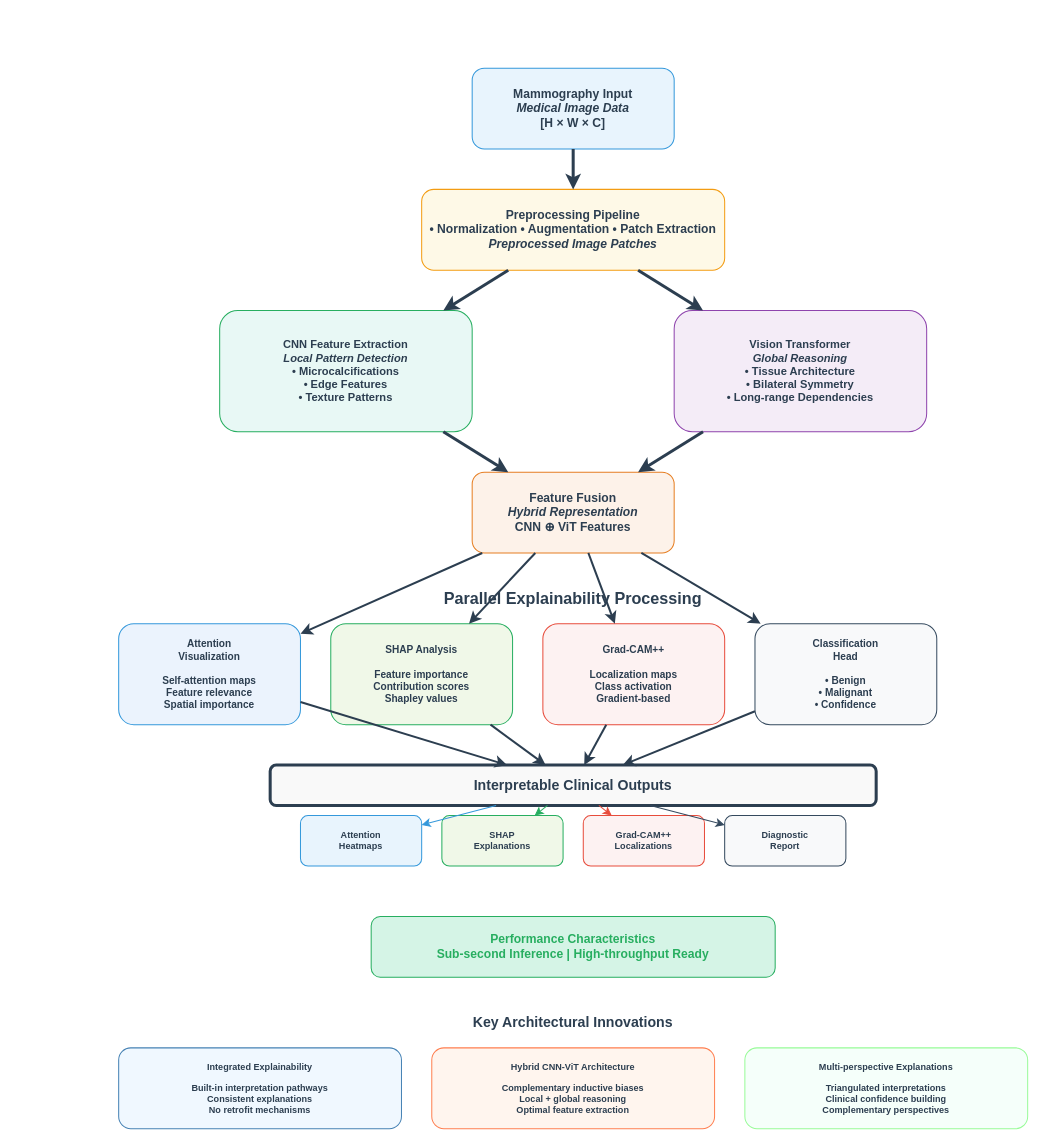
Before: HyViT-X.drawio in vinayak-k24/DrawIO, a draw.io diagram. Source tidied: cells renumbered, new cells numbered last; positions are measured from the earlier drawing's top-left corner, leaving out a move shared by most shapes. Both pictures are drawn from the tidied source at 101%, with x=0, y=0 at pixel (118, 68).
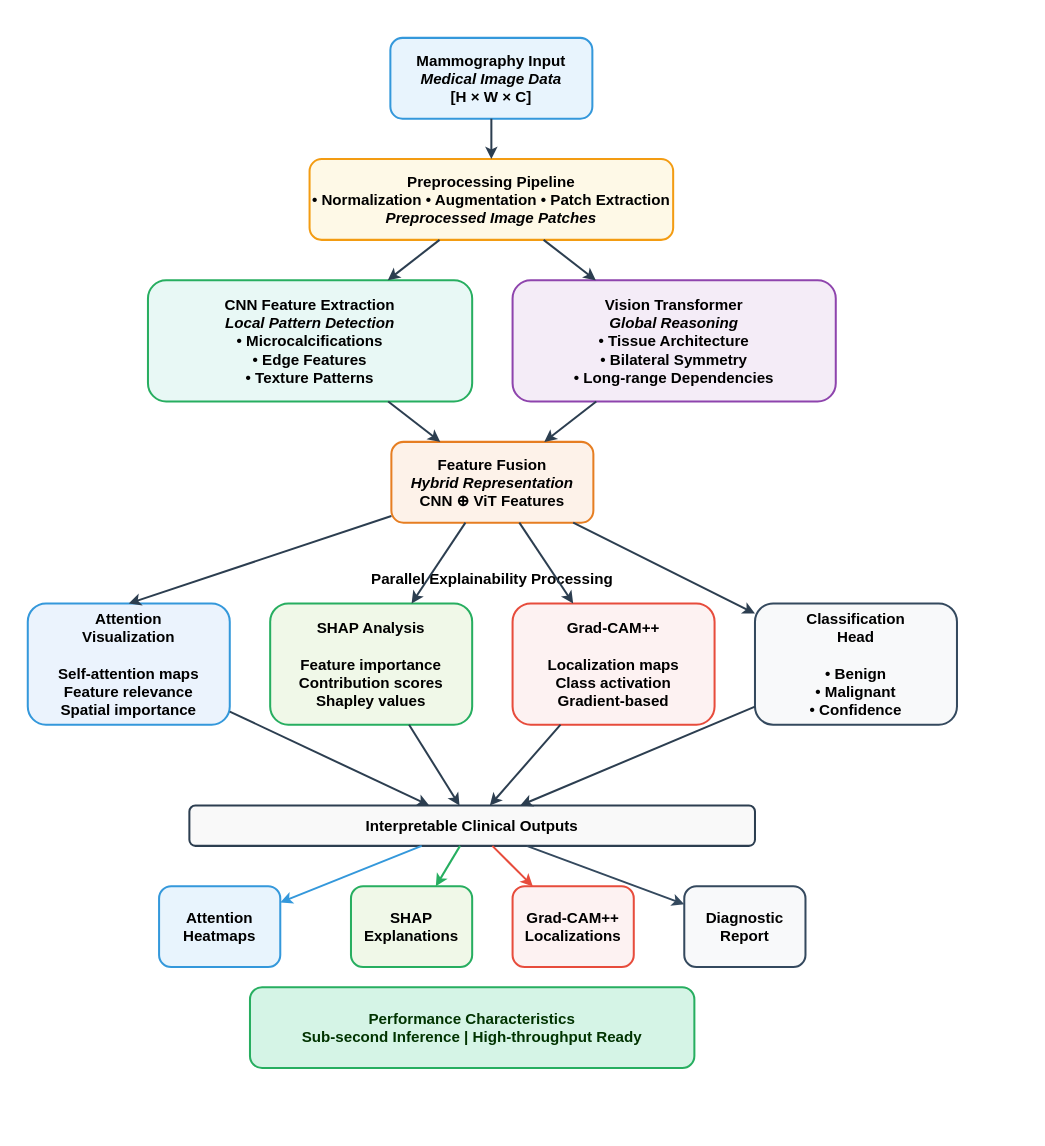
Above is the later version.

What changed in the source:
```diff
@@
+    <mxCell id="39" style="rounded=0;whiteSpace=wrap;html=1;strokeColor=#FFFFFF;" parent="1" vertex="1">
+      <mxGeometry x="-100" y="-50" width="940" height="1080" as="geometry" />
+    </mxCell>
-    <mxCell id="2" value="Mammography Input&lt;br&gt;&lt;i&gt;Medical Image Data&lt;/i&gt;&lt;br&gt;[H × W × C]" style="rounded=1;whiteSpace=wrap;html=1;strokeColor=#3498db;fillColor=#e8f4fd;fontColor=#2c3e50;fontSize=12;fontStyle=1;" parent="1" vertex="1">
-      <mxGeometry x="350" width="200" height="80" as="geometry" />
+    <mxCell id="2" value="&lt;font style=&quot;color: rgb(0, 0, 0);&quot;&gt;Mammography Input&lt;br&gt;&lt;i&gt;Medical Image Data&lt;/i&gt;&lt;br&gt;[H × W × C]&lt;/font&gt;" style="rounded=1;whiteSpace=wrap;html=1;strokeColor=#3498db;fillColor=#e8f4fd;fontColor=#2c3e50;fontSize=15;fontStyle=1;strokeWidth=2;align=center;" parent="1" vertex="1">
+      <mxGeometry x="269" y="-30" width="200" height="80" as="geometry" />
     </mxCell>
-    <mxCell id="3" value="Preprocessing Pipeline&lt;br&gt;• Normalization • Augmentation • Patch Extraction&lt;br&gt;&lt;i&gt;Preprocessed Image Patches&lt;/i&gt;" style="rounded=1;whiteSpace=wrap;html=1;strokeColor=#f39c12;fillColor=#fef9e7;fontColor=#2c3e50;fontSize=12;fontStyle=1;" parent="1" vertex="1">
-      <mxGeometry x="300" y="120" width="300" height="80" as="geometry" />
+    <mxCell id="3" value="&lt;font style=&quot;color: rgb(0, 0, 0);&quot;&gt;Preprocessing Pipeline&lt;br&gt;• Normalization • Augmentation • Patch Extraction&lt;br&gt;&lt;i&gt;Preprocessed Image Patches&lt;/i&gt;&lt;/font&gt;" style="rounded=1;whiteSpace=wrap;html=1;strokeColor=#f39c12;fillColor=#fef9e7;fontColor=#2c3e50;fontSize=15;fontStyle=1;strokeWidth=2;align=center;" parent="1" vertex="1">
+      <mxGeometry x="189" y="90" width="360" height="80" as="geometry" />
     </mxCell>
-    <mxCell id="4" value="CNN Feature Extraction&lt;br&gt;&lt;i&gt;Local Pattern Detection&lt;/i&gt;&lt;br&gt;• Microcalcifications&lt;br&gt;• Edge Features&lt;br&gt;• Texture Patterns" style="rounded=1;whiteSpace=wrap;html=1;strokeColor=#27ae60;fillColor=#e8f8f5;fontColor=#2c3e50;fontSize=11;fontStyle=1;" parent="1" vertex="1">
-      <mxGeometry x="100" y="240" width="250" height="120" as="geometry" />
+    <mxCell id="4" value="&lt;font style=&quot;color: rgb(0, 0, 0);&quot;&gt;CNN Feature Extraction&lt;br&gt;&lt;i&gt;Local Pattern Detection&lt;/i&gt;&lt;br&gt;• Microcalcifications&lt;br&gt;• Edge Features&lt;br&gt;• Texture Patterns&lt;/font&gt;" style="rounded=1;whiteSpace=wrap;html=1;strokeColor=#27ae60;fillColor=#e8f8f5;fontColor=#2c3e50;fontSize=15;fontStyle=1;strokeWidth=2;align=center;" parent="1" vertex="1">
+      <mxGeometry x="29" y="210" width="321" height="120" as="geometry" />
     </mxCell>
-    <mxCell id="5" value="Vision Transformer&lt;br&gt;&lt;i&gt;Global Reasoning&lt;/i&gt;&lt;br&gt;• Tissue Architecture&lt;br&gt;• Bilateral Symmetry&lt;br&gt;• Long-range Dependencies" style="rounded=1;whiteSpace=wrap;html=1;strokeColor=#8e44ad;fillColor=#f4ecf7;fontColor=#2c3e50;fontSize=11;fontStyle=1;" parent="1" vertex="1">
-      <mxGeometry x="550" y="240" width="250" height="120" as="geometry" />
+    <mxCell id="5" value="&lt;font style=&quot;color: rgb(0, 0, 0);&quot;&gt;Vision Transformer&lt;br&gt;&lt;i&gt;Global Reasoning&lt;/i&gt;&lt;br&gt;• Tissue Architecture&lt;br&gt;• Bilateral Symmetry&lt;br&gt;• Long-range Dependencies&lt;/font&gt;" style="rounded=1;whiteSpace=wrap;html=1;strokeColor=#8e44ad;fillColor=#f4ecf7;fontColor=#2c3e50;fontSize=15;fontStyle=1;strokeWidth=2;align=center;" parent="1" vertex="1">
+      <mxGeometry x="390" y="210" width="320" height="120" as="geometry" />
     </mxCell>
-    <mxCell id="6" value="Feature Fusion&lt;br&gt;&lt;i&gt;Hybrid Representation&lt;/i&gt;&lt;br&gt;CNN ⊕ ViT Features" style="rounded=1;whiteSpace=wrap;html=1;strokeColor=#e67e22;fillColor=#fdf2e9;fontColor=#2c3e50;fontSize=12;fontStyle=1;" parent="1" vertex="1">
-      <mxGeometry x="350" y="400" width="200" height="80" as="geometry" />
+    <mxCell id="6" value="Feature Fusion&lt;br&gt;&lt;i&gt;Hybrid Representation&lt;/i&gt;&lt;br&gt;CNN ⊕ ViT Features" style="rounded=1;whiteSpace=wrap;html=1;strokeColor=#e67e22;fillColor=#fdf2e9;fontColor=#000000;fontSize=15;fontStyle=1;strokeWidth=2;align=center;" parent="1" vertex="1">
+      <mxGeometry x="270" y="370" width="200" height="80" as="geometry" />
     </mxCell>
-    <mxCell id="7" value="Parallel Explainability Processing" style="text;html=1;strokeColor=none;fillColor=none;align=center;verticalAlign=middle;whiteSpace=wrap;rounded=0;fontSize=16;fontStyle=1;fontColor=#2c3e50;" parent="1" vertex="1">
-      <mxGeometry x="300" y="510" width="300" height="30" as="geometry" />
+    <mxCell id="7" value="Parallel Explainability Processing" style="text;html=1;strokeColor=none;fillColor=none;align=center;verticalAlign=middle;whiteSpace=wrap;rounded=0;fontSize=15;fontStyle=1;fontColor=#000000;strokeWidth=2;" parent="1" vertex="1">
+      <mxGeometry x="220" y="490" width="300" height="30" as="geometry" />
     </mxCell>
-    <mxCell id="8" value="Attention&lt;br&gt;Visualization&lt;br&gt;&lt;br&gt;Self-attention maps&lt;br&gt;Feature relevance&lt;br&gt;Spatial importance" style="rounded=1;whiteSpace=wrap;html=1;strokeColor=#3498db;fillColor=#ebf3fd;fontColor=#2c3e50;fontSize=10;fontStyle=1;" parent="1" vertex="1">
-      <mxGeometry y="550" width="180" height="100" as="geometry" />
+    <mxCell id="8" value="Attention&lt;br&gt;Visualization&lt;br&gt;&lt;br&gt;Self-attention maps&lt;br&gt;Feature relevance&lt;br&gt;Spatial importance" style="rounded=1;whiteSpace=wrap;html=1;strokeColor=#3498db;fillColor=#ebf3fd;fontColor=#000000;fontSize=15;fontStyle=1;strokeWidth=2;align=center;" parent="1" vertex="1">
+      <mxGeometry x="-90" y="530" width="200" height="120" as="geometry" />
     </mxCell>
-    <mxCell id="9" value="SHAP Analysis&lt;br&gt;&lt;br&gt;Feature importance&lt;br&gt;Contribution scores&lt;br&gt;Shapley values" style="rounded=1;whiteSpace=wrap;html=1;strokeColor=#27ae60;fillColor=#f0f8e8;fontColor=#2c3e50;fontSize=10;fontStyle=1;" parent="1" vertex="1">
-      <mxGeometry x="210" y="550" width="180" height="100" as="geometry" />
+    <mxCell id="9" value="SHAP Analysis&lt;br&gt;&lt;br&gt;Feature importance&lt;br&gt;Contribution scores&lt;br&gt;Shapley values" style="rounded=1;whiteSpace=wrap;html=1;strokeColor=#27ae60;fillColor=#f0f8e8;fontColor=#000000;fontSize=15;fontStyle=1;strokeWidth=2;align=center;" parent="1" vertex="1">
+      <mxGeometry x="150" y="530" width="200" height="120" as="geometry" />
     </mxCell>
-    <mxCell id="10" value="Grad-CAM++&lt;br&gt;&lt;br&gt;Localization maps&lt;br&gt;Class activation&lt;br&gt;Gradient-based" style="rounded=1;whiteSpace=wrap;html=1;strokeColor=#e74c3c;fillColor=#fdf2f2;fontColor=#2c3e50;fontSize=10;fontStyle=1;" parent="1" vertex="1">
-      <mxGeometry x="420" y="550" width="180" height="100" as="geometry" />
+    <mxCell id="10" value="Grad-CAM++&lt;br&gt;&lt;br&gt;Localization maps&lt;br&gt;Class activation&lt;br&gt;Gradient-based" style="rounded=1;whiteSpace=wrap;html=1;strokeColor=#e74c3c;fillColor=#fdf2f2;fontColor=#000000;fontSize=15;fontStyle=1;strokeWidth=2;align=center;" parent="1" vertex="1">
+      <mxGeometry x="390" y="530" width="200" height="120" as="geometry" />
     </mxCell>
-    <mxCell id="11" value="Classification&lt;br&gt;Head&lt;br&gt;&lt;br&gt;• Benign&lt;br&gt;• Malignant&lt;br&gt;• Confidence" style="rounded=1;whiteSpace=wrap;html=1;strokeColor=#34495e;fillColor=#f8f9fa;fontColor=#2c3e50;fontSize=10;fontStyle=1;" parent="1" vertex="1">
-      <mxGeometry x="630" y="550" width="180" height="100" as="geometry" />
+    <mxCell id="11" value="Classification&lt;br&gt;Head&lt;br&gt;&lt;br&gt;• Benign&lt;br&gt;• Malignant&lt;br&gt;• Confidence" style="rounded=1;whiteSpace=wrap;html=1;strokeColor=#34495e;fillColor=#f8f9fa;fontColor=#000000;fontSize=15;fontStyle=1;strokeWidth=2;align=center;" parent="1" vertex="1">
+      <mxGeometry x="630" y="530" width="200" height="120" as="geometry" />
     </mxCell>
-    <mxCell id="12" value="Interpretable Clinical Outputs" style="rounded=1;whiteSpace=wrap;html=1;strokeColor=#2c3e50;strokeWidth=3;fillColor=#f9f9f9;fontColor=#2c3e50;fontSize=14;fontStyle=1;" parent="1" vertex="1">
-      <mxGeometry x="150" y="690" width="600" height="40" as="geometry" />
+    <mxCell id="12" value="Interpretable Clinical Outputs" style="rounded=1;whiteSpace=wrap;html=1;strokeColor=#2c3e50;strokeWidth=2;fillColor=#f9f9f9;fontColor=#000000;fontSize=15;fontStyle=1;align=center;" parent="1" vertex="1">
+      <mxGeometry x="70" y="730" width="560" height="40" as="geometry" />
     </mxCell>
-    <mxCell id="13" value="Attention&lt;br&gt;Heatmaps" style="rounded=1;whiteSpace=wrap;html=1;strokeColor=#3498db;fillColor=#e8f4fd;fontColor=#2c3e50;fontSize=9;fontStyle=1;" parent="1" vertex="1">
-      <mxGeometry x="180" y="740" width="120" height="50" as="geometry" />
+    <mxCell id="13" value="Attention&lt;br&gt;Heatmaps" style="rounded=1;whiteSpace=wrap;html=1;strokeColor=#3498db;fillColor=#e8f4fd;fontColor=#000000;fontSize=15;fontStyle=1;strokeWidth=2;align=center;" parent="1" vertex="1">
+      <mxGeometry x="40" y="810" width="120" height="80" as="geometry" />
     </mxCell>
-    <mxCell id="14" value="SHAP&lt;br&gt;Explanations" style="rounded=1;whiteSpace=wrap;html=1;strokeColor=#27ae60;fillColor=#f0f8e8;fontColor=#2c3e50;fontSize=9;fontStyle=1;" parent="1" vertex="1">
-      <mxGeometry x="320" y="740" width="120" height="50" as="geometry" />
+    <mxCell id="14" value="SHAP&lt;br&gt;Explanations" style="rounded=1;whiteSpace=wrap;html=1;strokeColor=#27ae60;fillColor=#f0f8e8;fontColor=#000000;fontSize=15;fontStyle=1;strokeWidth=2;align=center;" parent="1" vertex="1">
+      <mxGeometry x="230" y="810" width="120" height="80" as="geometry" />
     </mxCell>
-    <mxCell id="15" value="Grad-CAM++&lt;br&gt;Localizations" style="rounded=1;whiteSpace=wrap;html=1;strokeColor=#e74c3c;fillColor=#fdf2f2;fontColor=#2c3e50;fontSize=9;fontStyle=1;" parent="1" vertex="1">
-      <mxGeometry x="460" y="740" width="120" height="50" as="geometry" />
+    <mxCell id="15" value="Grad-CAM++&lt;br&gt;Localizations" style="rounded=1;whiteSpace=wrap;html=1;strokeColor=#e74c3c;fillColor=#fdf2f2;fontColor=#000000;fontSize=15;fontStyle=1;strokeWidth=2;align=center;" parent="1" vertex="1">
+      <mxGeometry x="390" y="810" width="120" height="80" as="geometry" />
     </mxCell>
-    <mxCell id="16" value="Diagnostic&lt;br&gt;Report" style="rounded=1;whiteSpace=wrap;html=1;strokeColor=#34495e;fillColor=#f8f9fa;fontColor=#2c3e50;fontSize=9;fontStyle=1;" parent="1" vertex="1">
-      <mxGeometry x="600" y="740" width="120" height="50" as="geometry" />
+    <mxCell id="16" value="Diagnostic&lt;br&gt;Report" style="rounded=1;whiteSpace=wrap;html=1;strokeColor=#34495e;fillColor=#f8f9fa;fontColor=#000000;fontSize=15;fontStyle=1;strokeWidth=2;align=center;" parent="1" vertex="1">
+      <mxGeometry x="560" y="810" width="120" height="80" as="geometry" />
     </mxCell>
-    <mxCell id="17" value="Performance Characteristics&lt;br&gt;Sub-second Inference | High-throughput Ready" style="rounded=1;whiteSpace=wrap;html=1;strokeColor=#27ae60;fillColor=#d5f4e6;fontColor=#27ae60;fontSize=12;fontStyle=1;" parent="1" vertex="1">
-      <mxGeometry x="250" y="840" width="400" height="60" as="geometry" />
+    <mxCell id="17" value="Performance Characteristics&lt;br&gt;Sub-second Inference | High-throughput Ready" style="rounded=1;whiteSpace=wrap;html=1;strokeColor=#27ae60;fillColor=#d5f4e6;fontColor=#003300;fontSize=15;fontStyle=1;strokeWidth=2;align=center;" parent="1" vertex="1">
+      <mxGeometry x="130" y="910" width="440" height="80" as="geometry" />
     </mxCell>
-    <mxCell id="18" value="Key Architectural Innovations" style="text;html=1;strokeColor=none;fillColor=none;align=center;verticalAlign=middle;whiteSpace=wrap;rounded=0;fontSize=14;fontStyle=1;fontColor=#2c3e50;" parent="1" vertex="1">
-      <mxGeometry x="300" y="930" width="300" height="30" as="geometry" />
-    </mxCell>
-    <mxCell id="19" value="Integrated Explainability&lt;br&gt;&lt;br&gt;Built-in interpretation pathways&lt;br&gt;Consistent explanations&lt;br&gt;No retrofit mechanisms" style="rounded=1;whiteSpace=wrap;html=1;strokeColor=#4682b4;fillColor=#f0f8ff;fontColor=#2c3e50;fontSize=9;fontStyle=1;" parent="1" vertex="1">
-      <mxGeometry y="970" width="280" height="80" as="geometry" />
-    </mxCell>
-    <mxCell id="20" value="Hybrid CNN-ViT Architecture&lt;br&gt;&lt;br&gt;Complementary inductive biases&lt;br&gt;Local + global reasoning&lt;br&gt;Optimal feature extraction" style="rounded=1;whiteSpace=wrap;html=1;strokeColor=#ff7f50;fillColor=#fff5ee;fontColor=#2c3e50;fontSize=9;fontStyle=1;" parent="1" vertex="1">
-      <mxGeometry x="310" y="970" width="280" height="80" as="geometry" />
-    </mxCell>
-    <mxCell id="21" value="Multi-perspective Explanations&lt;br&gt;&lt;br&gt;Triangulated interpretations&lt;br&gt;Clinical confidence building&lt;br&gt;Complementary perspectives" style="rounded=1;whiteSpace=wrap;html=1;strokeColor=#98fb98;fillColor=#f5fffa;fontColor=#2c3e50;fontSize=9;fontStyle=1;" parent="1" vertex="1">
-      <mxGeometry x="620" y="970" width="280" height="80" as="geometry" />
-    </mxCell>
-    <mxCell id="22" style="endArrow=classic;html=1;rounded=0;strokeColor=#2c3e50;strokeWidth=3;fontStyle=1;" parent="1" edge="1" source="2" target="3">
+    <mxCell id="22" style="endArrow=classic;html=1;rounded=0;strokeColor=#2c3e50;strokeWidth=2;fontStyle=1;fontSize=15;align=center;" parent="1" edge="1" source="2" target="3">
       <mxGeometry relative="1" as="geometry" />
     </mxCell>
-    <mxCell id="23" style="endArrow=classic;html=1;rounded=0;strokeColor=#2c3e50;strokeWidth=3;fontStyle=1;" parent="1" edge="1" source="3" target="4">
+    <mxCell id="23" style="endArrow=classic;html=1;rounded=0;strokeColor=#2c3e50;strokeWidth=2;fontStyle=1;fontSize=15;align=center;" parent="1" edge="1" source="3" target="4">
       <mxGeometry relative="1" as="geometry" />
     </mxCell>
-    <mxCell id="24" style="endArrow=classic;html=1;rounded=0;strokeColor=#2c3e50;strokeWidth=3;fontStyle=1;" parent="1" edge="1" source="3" target="5">
+    <mxCell id="24" style="endArrow=classic;html=1;rounded=0;strokeColor=#2c3e50;strokeWidth=2;fontStyle=1;fontSize=15;align=center;" parent="1" edge="1" source="3" target="5">
       <mxGeometry relative="1" as="geometry" />
     </mxCell>
-    <mxCell id="25" style="endArrow=classic;html=1;rounded=0;strokeColor=#2c3e50;strokeWidth=3;fontStyle=1;" parent="1" edge="1" source="4" target="6">
+    <mxCell id="25" style="endArrow=classic;html=1;rounded=0;strokeColor=#2c3e50;strokeWidth=2;fontStyle=1;fontSize=15;align=center;" parent="1" edge="1" source="4" target="6">
       <mxGeometry relative="1" as="geometry" />
     </mxCell>
-    <mxCell id="26" style="endArrow=classic;html=1;rounded=0;strokeColor=#2c3e50;strokeWidth=3;fontStyle=1;" parent="1" edge="1" source="5" target="6">
+    <mxCell id="26" style="endArrow=classic;html=1;rounded=0;strokeColor=#2c3e50;strokeWidth=2;fontStyle=1;fontSize=15;align=center;" parent="1" edge="1" source="5" target="6">
       <mxGeometry relative="1" as="geometry" />
     </mxCell>
-    <mxCell id="27" style="endArrow=classic;html=1;rounded=0;strokeColor=#2c3e50;strokeWidth=2;fontStyle=1;" parent="1" edge="1" source="6" target="8">
+    <mxCell id="27" style="endArrow=classic;html=1;rounded=0;strokeColor=#2c3e50;strokeWidth=2;fontStyle=1;fontSize=15;entryX=0.5;entryY=0;entryDx=0;entryDy=0;align=center;" parent="1" edge="1" source="6" target="8">
       <mxGeometry relative="1" as="geometry" />
     </mxCell>
-    <mxCell id="28" style="endArrow=classic;html=1;rounded=0;strokeColor=#2c3e50;strokeWidth=2;fontStyle=1;" parent="1" edge="1" source="6" target="9">
+    <mxCell id="28" style="endArrow=classic;html=1;rounded=0;strokeColor=#2c3e50;strokeWidth=2;fontStyle=1;fontSize=15;align=center;" parent="1" edge="1" source="6" target="9">
       <mxGeometry relative="1" as="geometry" />
     </mxCell>
-    <mxCell id="29" style="endArrow=classic;html=1;rounded=0;strokeColor=#2c3e50;strokeWidth=2;fontStyle=1;" parent="1" edge="1" source="6" target="10">
+    <mxCell id="29" style="endArrow=classic;html=1;rounded=0;strokeColor=#2c3e50;strokeWidth=2;fontStyle=1;fontSize=15;align=center;" parent="1" edge="1" source="6" target="10">
       <mxGeometry relative="1" as="geometry" />
     </mxCell>
-    <mxCell id="30" style="endArrow=classic;html=1;rounded=0;strokeColor=#2c3e50;strokeWidth=2;fontStyle=1;" parent="1" edge="1" source="6" target="11">
+    <mxCell id="30" style="endArrow=classic;html=1;rounded=0;strokeColor=#2c3e50;strokeWidth=2;fontStyle=1;fontSize=15;align=center;" parent="1" edge="1" source="6" target="11">
       <mxGeometry relative="1" as="geometry" />
     </mxCell>
-    <mxCell id="31" style="endArrow=classic;html=1;rounded=0;strokeColor=#2c3e50;strokeWidth=2;fontStyle=1;" parent="1" edge="1" source="8" target="12">
+    <mxCell id="31" style="endArrow=classic;html=1;rounded=0;strokeColor=#2c3e50;strokeWidth=2;fontStyle=1;fontSize=15;align=center;" parent="1" edge="1" source="8" target="12">
       <mxGeometry relative="1" as="geometry" />
     </mxCell>
-    <mxCell id="32" style="endArrow=classic;html=1;rounded=0;strokeColor=#2c3e50;strokeWidth=2;fontStyle=1;" parent="1" edge="1" source="9" target="12">
+    <mxCell id="32" style="endArrow=classic;html=1;rounded=0;strokeColor=#2c3e50;strokeWidth=2;fontStyle=1;fontSize=15;align=center;" parent="1" edge="1" source="9" target="12">
       <mxGeometry relative="1" as="geometry" />
     </mxCell>
-    <mxCell id="33" style="endArrow=classic;html=1;rounded=0;strokeColor=#2c3e50;strokeWidth=2;fontStyle=1;" parent="1" edge="1" source="10" target="12">
+    <mxCell id="33" style="endArrow=classic;html=1;rounded=0;strokeColor=#2c3e50;strokeWidth=2;fontStyle=1;fontSize=15;align=center;" parent="1" edge="1" source="10" target="12">
       <mxGeometry relative="1" as="geometry" />
     </mxCell>
-    <mxCell id="34" style="endArrow=classic;html=1;rounded=0;strokeColor=#2c3e50;strokeWidth=2;fontStyle=1;" parent="1" edge="1" source="11" target="12">
+    <mxCell id="34" style="endArrow=classic;html=1;rounded=0;strokeColor=#2c3e50;strokeWidth=2;fontStyle=1;fontSize=15;align=center;" parent="1" edge="1" source="11" target="12">
       <mxGeometry relative="1" as="geometry" />
     </mxCell>
-    <mxCell id="35" style="endArrow=classic;html=1;rounded=0;strokeColor=#3498db;strokeWidth=1;fontStyle=1;" parent="1" edge="1" source="12" target="13">
+    <mxCell id="35" style="endArrow=classic;html=1;rounded=0;strokeColor=#3498db;strokeWidth=2;fontStyle=1;fontSize=15;align=center;" parent="1" edge="1" source="12" target="13">
       <mxGeometry relative="1" as="geometry" />
     </mxCell>
-    <mxCell id="36" style="endArrow=classic;html=1;rounded=0;strokeColor=#27ae60;strokeWidth=1;fontStyle=1;" parent="1" edge="1" source="12" target="14">
+    <mxCell id="36" style="endArrow=classic;html=1;rounded=0;strokeColor=#27ae60;strokeWidth=2;fontStyle=1;fontSize=15;align=center;" parent="1" edge="1" source="12" target="14">
       <mxGeometry relative="1" as="geometry" />
     </mxCell>
-    <mxCell id="37" style="endArrow=classic;html=1;rounded=0;strokeColor=#e74c3c;strokeWidth=1;fontStyle=1;" parent="1" edge="1" source="12" target="15">
+    <mxCell id="37" style="endArrow=classic;html=1;rounded=0;strokeColor=#e74c3c;strokeWidth=2;fontStyle=1;fontSize=15;align=center;" parent="1" edge="1" source="12" target="15">
       <mxGeometry relative="1" as="geometry" />
     </mxCell>
-    <mxCell id="38" style="endArrow=classic;html=1;rounded=0;strokeColor=#34495e;strokeWidth=1;fontStyle=1;" parent="1" edge="1" source="12" target="16">
+    <mxCell id="38" style="endArrow=classic;html=1;rounded=0;strokeColor=#34495e;strokeWidth=2;fontStyle=1;fontSize=15;align=center;" parent="1" edge="1" source="12" target="16">
       <mxGeometry relative="1" as="geometry" />
     </mxCell>
```
